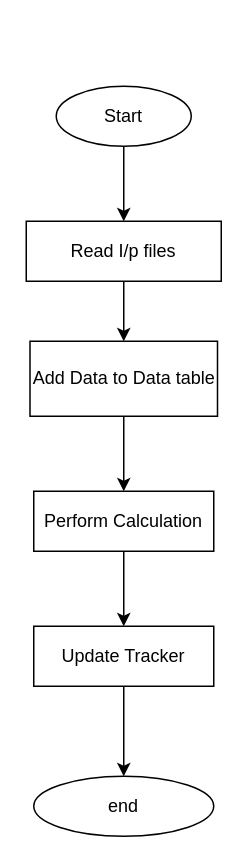
This is page "Main" (1 of 2) of templates/SIP.drawio from Delicia-07/MarketingPortfolio, a draw.io file, before an edit. Source tidied: cells renumbered, new cells numbered last; positions are measured from the earlier drawing's top-left corner, leaving out a move shared by most shapes. Both pictures are drawn from the tidied source at 150%, with x=0, y=0 at pixel (26, 86).
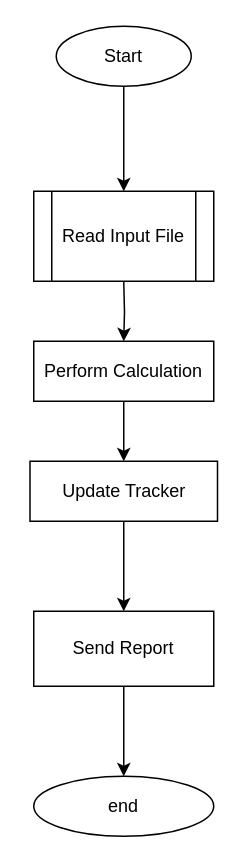
The same page after the edit.

The edit, as a diff of the source:
```diff
@@
 <mxGraphModel>
   <root>
     <mxCell id="0" />
     <mxCell id="1" parent="0" />
-    <mxCell id="2" style="edgeStyle=orthogonalEdgeStyle;rounded=0;jettySize=auto;html=1;" parent="1" edge="1" source="3" target="5">
-      <mxGeometry relative="1" as="geometry" />
-    </mxCell>
+    <mxCell id="13" style="edgeStyle=orthogonalEdgeStyle;rounded=0;jettySize=auto;html=1;" parent="1" edge="1" source="3" target="15">
+      <mxGeometry relative="1" as="geometry" />
+    </mxCell>
     <mxCell id="3" value="Start" style="ellipse;whiteSpace=wrap;html=1;" parent="1" vertex="1">
-      <mxGeometry x="20" width="90" height="40" as="geometry" />
+      <mxGeometry x="20" y="-40" width="90" height="40" as="geometry" />
     </mxCell>
-    <mxCell id="4" style="edgeStyle=orthogonalEdgeStyle;rounded=0;jettySize=auto;html=1;" parent="1" edge="1" source="5" target="7">
-      <mxGeometry relative="1" as="geometry" />
+    <mxCell id="4" style="edgeStyle=orthogonalEdgeStyle;rounded=0;orthogonalLoop=1;jettySize=auto;html=1;" parent="1" edge="1">
+      <mxGeometry relative="1" as="geometry">
+        <mxPoint x="65" y="130" as="sourcePoint" />
+        <mxPoint x="65" y="170" as="targetPoint" />
+      </mxGeometry>
     </mxCell>
-    <mxCell id="5" value="Read I/p files" style="rounded=0;whiteSpace=wrap;html=1;" parent="1" vertex="1">
-      <mxGeometry y="90" width="130" height="40" as="geometry" />
-    </mxCell>
-    <mxCell id="6" style="edgeStyle=orthogonalEdgeStyle;rounded=0;jettySize=auto;html=1;" parent="1" edge="1" source="7" target="9">
-      <mxGeometry relative="1" as="geometry" />
-    </mxCell>
-    <mxCell id="7" value="Add Data to Data table" style="rounded=0;whiteSpace=wrap;html=1;" parent="1" vertex="1">
-      <mxGeometry x="2.5" y="170" width="125" height="50" as="geometry" />
-    </mxCell>
     <mxCell id="8" style="edgeStyle=orthogonalEdgeStyle;rounded=0;jettySize=auto;html=1;" parent="1" edge="1" source="9" target="11">
       <mxGeometry relative="1" as="geometry" />
     </mxCell>
     <mxCell id="9" value="Perform Calculation" style="rounded=0;whiteSpace=wrap;html=1;" parent="1" vertex="1">
-      <mxGeometry x="5" y="270" width="120" height="40" as="geometry" />
+      <mxGeometry x="5" y="170" width="120" height="40" as="geometry" />
     </mxCell>
-    <mxCell id="10" style="edgeStyle=orthogonalEdgeStyle;rounded=0;jettySize=auto;html=1;" parent="1" edge="1" source="11" target="12">
-      <mxGeometry relative="1" as="geometry" />
-    </mxCell>
+    <mxCell id="14" style="edgeStyle=orthogonalEdgeStyle;rounded=0;jettySize=auto;html=1;" parent="1" edge="1" source="11" target="17">
+      <mxGeometry relative="1" as="geometry" />
+    </mxCell>
     <mxCell id="11" value="Update Tracker" style="rounded=0;whiteSpace=wrap;html=1;" parent="1" vertex="1">
-      <mxGeometry x="5" y="360" width="120" height="40" as="geometry" />
+      <mxGeometry x="2.5" y="250" width="125" height="40" as="geometry" />
     </mxCell>
     <mxCell id="12" value="end" style="ellipse;whiteSpace=wrap;html=1;" parent="1" vertex="1">
       <mxGeometry x="5" y="460" width="120" height="40" as="geometry" />
     </mxCell>
+    <mxCell id="15" value="Read Input File" style="shape=process;whiteSpace=wrap;html=1;backgroundOutline=1;" parent="1" vertex="1">
+      <mxGeometry x="5" y="70" width="120" height="60" as="geometry" />
+    </mxCell>
+    <mxCell id="16" style="edgeStyle=orthogonalEdgeStyle;rounded=0;jettySize=auto;html=1;" parent="1" edge="1" source="17" target="12">
+      <mxGeometry relative="1" as="geometry" />
+    </mxCell>
+    <mxCell id="17" value="Send Report" style="rounded=0;whiteSpace=wrap;html=1;" parent="1" vertex="1">
+      <mxGeometry x="5" y="350" width="120" height="50" as="geometry" />
+    </mxCell>
   </root>
 </mxGraphModel>
```
